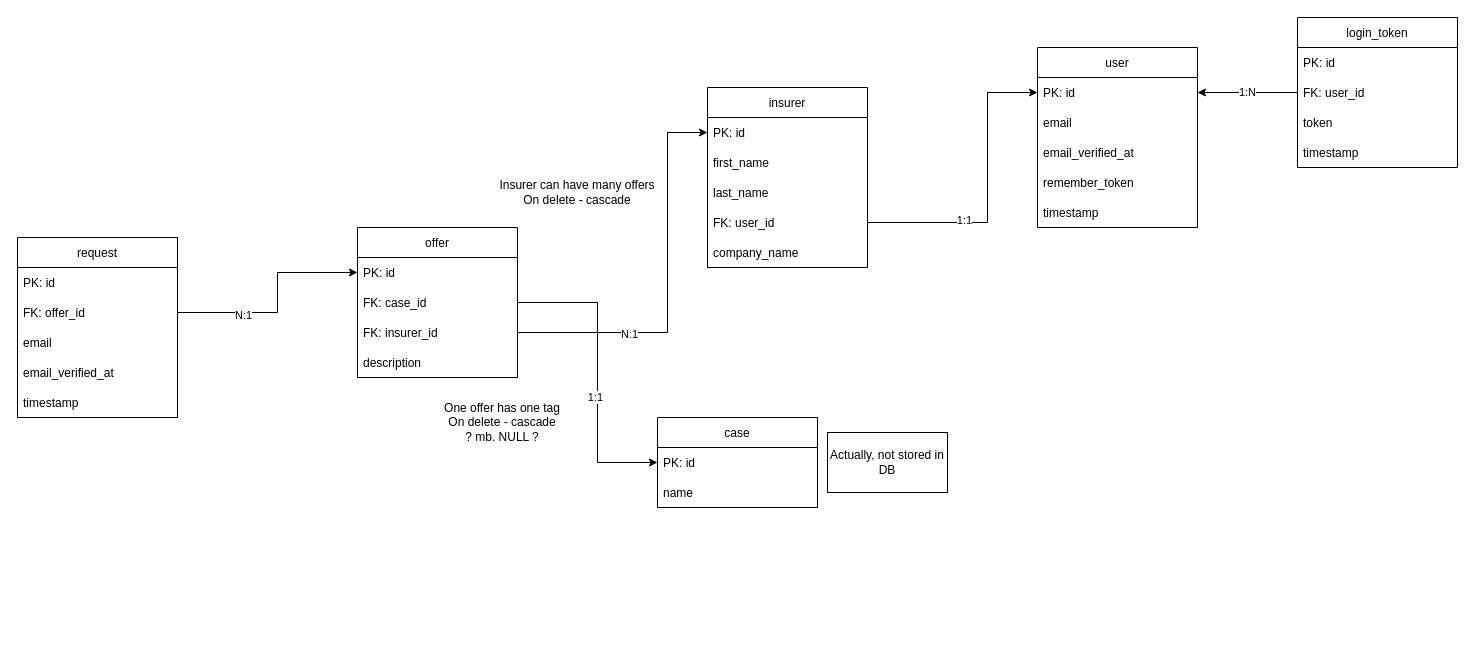
hophiphip/bruh keeps this draw.io diagram as docks/current.drawio. Above is the earlier version. Source tidied: cells renumbered, new cells numbered last; positions are measured from the earlier drawing's top-left corner, leaving out a move shared by most shapes. Both pictures are drawn from the tidied source at 100%, with x=0, y=0 at pixel (17, 17).
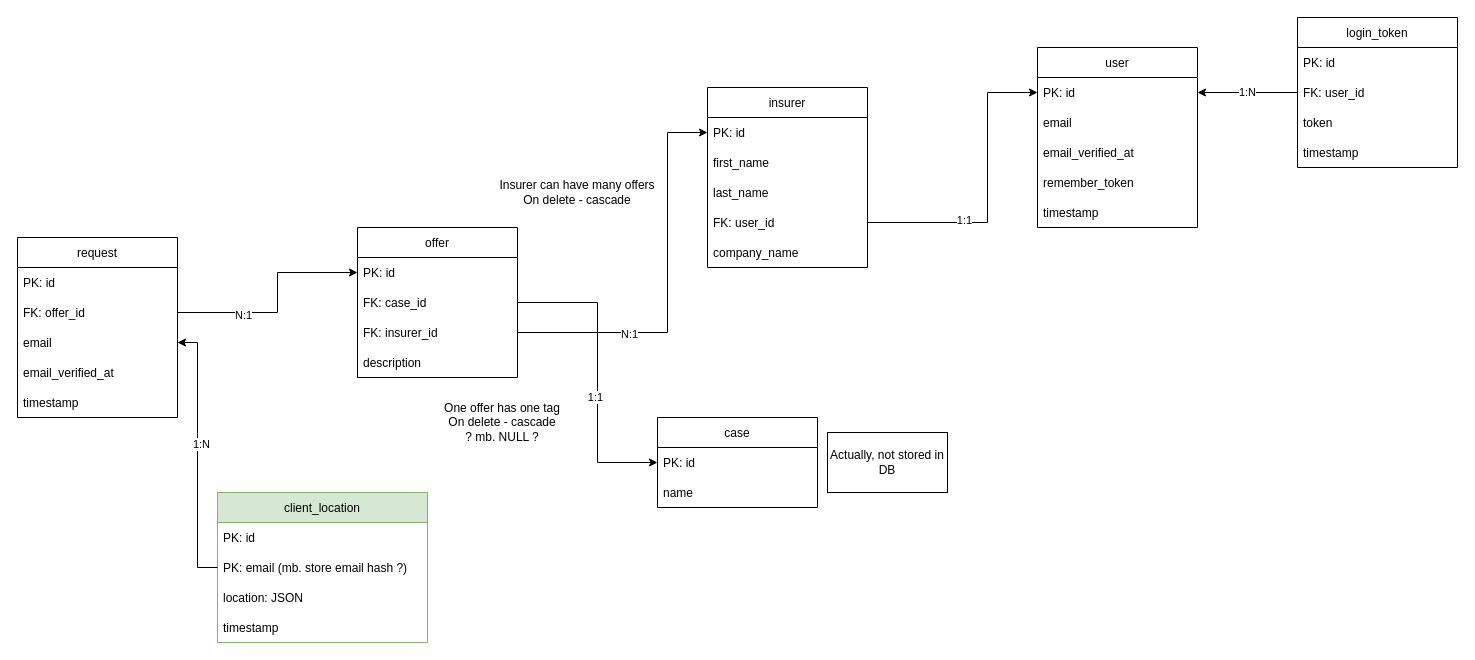
The same diagram, later.

Unchanged cells that the change refers to:
```xml
<mxCell id="34" value="email" style="text;strokeColor=none;fillColor=none;align=left;verticalAlign=middle;spacingLeft=4;spacingRight=4;overflow=hidden;points=[[0,0.5],[1,0.5]];portConstraint=eastwest;" parent="31" vertex="1">
  <mxGeometry y="90" width="160" height="30" as="geometry" />
</mxCell>
```

Diff of the diagram source:
```diff
@@
+    <mxCell id="45" value="client_location" style="swimlane;fontStyle=0;horizontal=1;startSize=30;fillColor=#d5e8d4;strokeColor=#82b366;" parent="1" vertex="1">
+      <mxGeometry x="200" y="475" width="210" height="150" as="geometry" />
+    </mxCell>
+    <mxCell id="46" value="PK: id" style="text;strokeColor=none;fillColor=none;align=left;verticalAlign=middle;spacingLeft=4;spacingRight=4;overflow=hidden;" parent="45" vertex="1">
+      <mxGeometry y="30" width="210" height="30" as="geometry" />
+    </mxCell>
+    <mxCell id="47" value="PK: email (mb. store email hash ?)" style="text;strokeColor=none;fillColor=none;align=left;verticalAlign=middle;spacingLeft=4;spacingRight=4;overflow=hidden;points=[[0,0.5],[1,0.5]];portConstraint=eastwest;" parent="45" vertex="1">
+      <mxGeometry y="60" width="210" height="30" as="geometry" />
+    </mxCell>
+    <mxCell id="48" value="location: JSON" style="text;strokeColor=none;fillColor=none;align=left;verticalAlign=middle;spacingLeft=4;spacingRight=4;overflow=hidden;" parent="45" vertex="1">
+      <mxGeometry y="90" width="210" height="30" as="geometry" />
+    </mxCell>
+    <mxCell id="49" value="timestamp" style="text;strokeColor=none;fillColor=none;align=left;verticalAlign=middle;spacingLeft=4;spacingRight=4;overflow=hidden;" parent="45" vertex="1">
+      <mxGeometry y="120" width="210" height="30" as="geometry" />
+    </mxCell>
+    <mxCell id="50" style="endArrow=classic;html=1;rounded=0;exitX=0;exitY=0.5;exitDx=0;exitDy=0;entryX=1;entryY=0.5;entryDx=0;entryDy=0;" parent="1" edge="1" source="47" target="34">
+      <mxGeometry relative="1" as="geometry">
+        <Array as="points">
+          <mxPoint x="180" y="550" />
+          <mxPoint x="180" y="325" />
+        </Array>
+      </mxGeometry>
+    </mxCell>
+    <mxCell id="51" value="1:N" style="edgeLabel;html=1;align=center;verticalAlign=middle;" parent="50" vertex="1">
+      <mxGeometry x="0.09" y="-3" relative="1" as="geometry" />
+    </mxCell>
```
